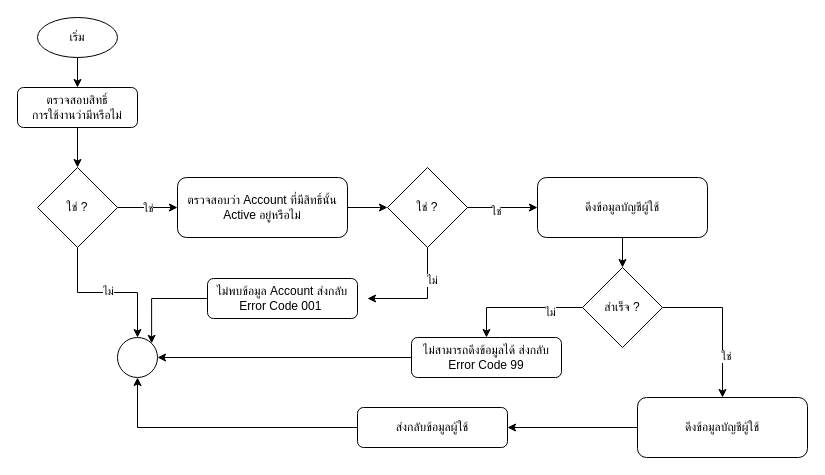
This is account.drawio from charifrodmanee/charifrodmanee, a draw.io file, before an edit. Source tidied: cells renumbered, new cells numbered last; positions are measured from the earlier drawing's top-left corner, leaving out a move shared by most shapes. Both pictures are drawn from the tidied source at 100%, with x=0, y=0 at pixel (17, 17).
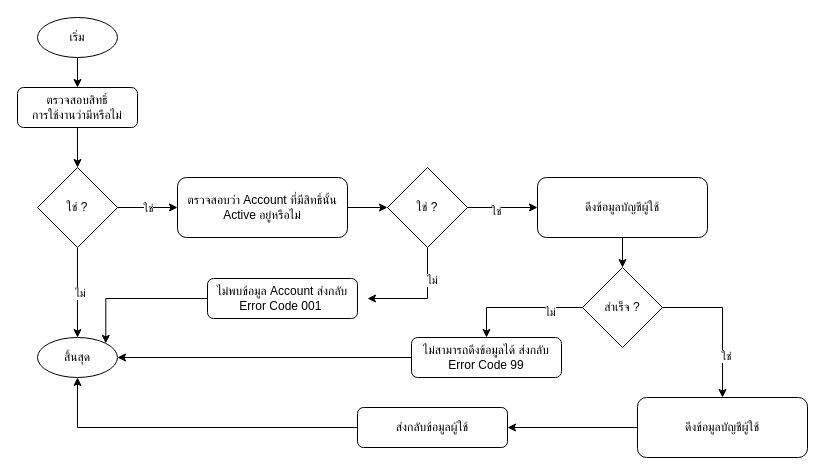
The same diagram, later.

The change refers to these unchanged cells:
```xml
<mxCell id="10" value="ใช่ ?" style="rhombus;whiteSpace=wrap;html=1;" parent="1" vertex="1">
  <mxGeometry x="20" y="150" width="80" height="80" as="geometry" />
</mxCell>
<mxCell id="29" value="ไม่สามารถดึงข้อมูลได้ ส่งกลับ Error Code 99" style="rounded=1;whiteSpace=wrap;html=1;" parent="1" vertex="1">
  <mxGeometry x="394" y="320" width="150" height="40" as="geometry" />
</mxCell>
<mxCell id="31" value="ไม่พบข้อมูล Account ส่งกลับ Error Code 001&amp;nbsp;" style="rounded=1;whiteSpace=wrap;html=1;" parent="1" vertex="1">
  <mxGeometry x="190" y="261" width="150" height="40" as="geometry" />
</mxCell>
<mxCell id="33" value="ส่งกลับข้อมูลผู้ใช้" style="rounded=1;whiteSpace=wrap;html=1;" parent="1" vertex="1">
  <mxGeometry x="340" y="390" width="150" height="40" as="geometry" />
</mxCell>
```

Change to the diagram source:
```diff
@@
-    <mxCell id="8" style="edgeStyle=orthogonalEdgeStyle;rounded=0;jettySize=auto;html=1;" parent="1" edge="1" source="10" target="13">
+    <mxCell id="8" style="edgeStyle=orthogonalEdgeStyle;rounded=0;jettySize=auto;html=1;entryX=0.5;entryY=0;entryDx=0;entryDy=0;" parent="1" edge="1" source="10" target="34">
       <mxGeometry relative="1" as="geometry" />
     </mxCell>
@@
-    <mxCell id="13" style="ellipse;whiteSpace=wrap;html=1;" parent="1" vertex="1">
-      <mxGeometry x="100" y="320" width="40" height="40" as="geometry" />
-    </mxCell>
@@
-    <mxCell id="28" style="edgeStyle=orthogonalEdgeStyle;rounded=0;jettySize=auto;html=1;" parent="1" edge="1" source="29" target="13">
+    <mxCell id="28" style="edgeStyle=orthogonalEdgeStyle;rounded=0;jettySize=auto;html=1;" parent="1" edge="1" source="29" target="34">
       <mxGeometry relative="1" as="geometry" />
     </mxCell>
@@
-    <mxCell id="30" style="edgeStyle=orthogonalEdgeStyle;rounded=0;jettySize=auto;html=1;entryX=1;entryY=0;entryDx=0;entryDy=0;" parent="1" edge="1" source="31" target="13">
+    <mxCell id="30" style="edgeStyle=orthogonalEdgeStyle;rounded=0;jettySize=auto;html=1;entryX=1;entryY=0;entryDx=0;entryDy=0;" parent="1" edge="1" source="31" target="34">
       <mxGeometry relative="1" as="geometry" />
     </mxCell>
@@
-    <mxCell id="32" style="edgeStyle=orthogonalEdgeStyle;rounded=0;jettySize=auto;html=1;entryX=0.5;entryY=1;entryDx=0;entryDy=0;" parent="1" edge="1" source="33" target="13">
+    <mxCell id="32" style="edgeStyle=orthogonalEdgeStyle;rounded=0;jettySize=auto;html=1;entryX=0.5;entryY=1;entryDx=0;entryDy=0;" parent="1" edge="1" source="33" target="34">
       <mxGeometry relative="1" as="geometry" />
     </mxCell>
@@
+    <mxCell id="34" value="สิ้นสุด" style="ellipse;whiteSpace=wrap;html=1;" parent="1" vertex="1">
+      <mxGeometry x="20" y="320" width="80" height="40" as="geometry" />
+    </mxCell>
```
